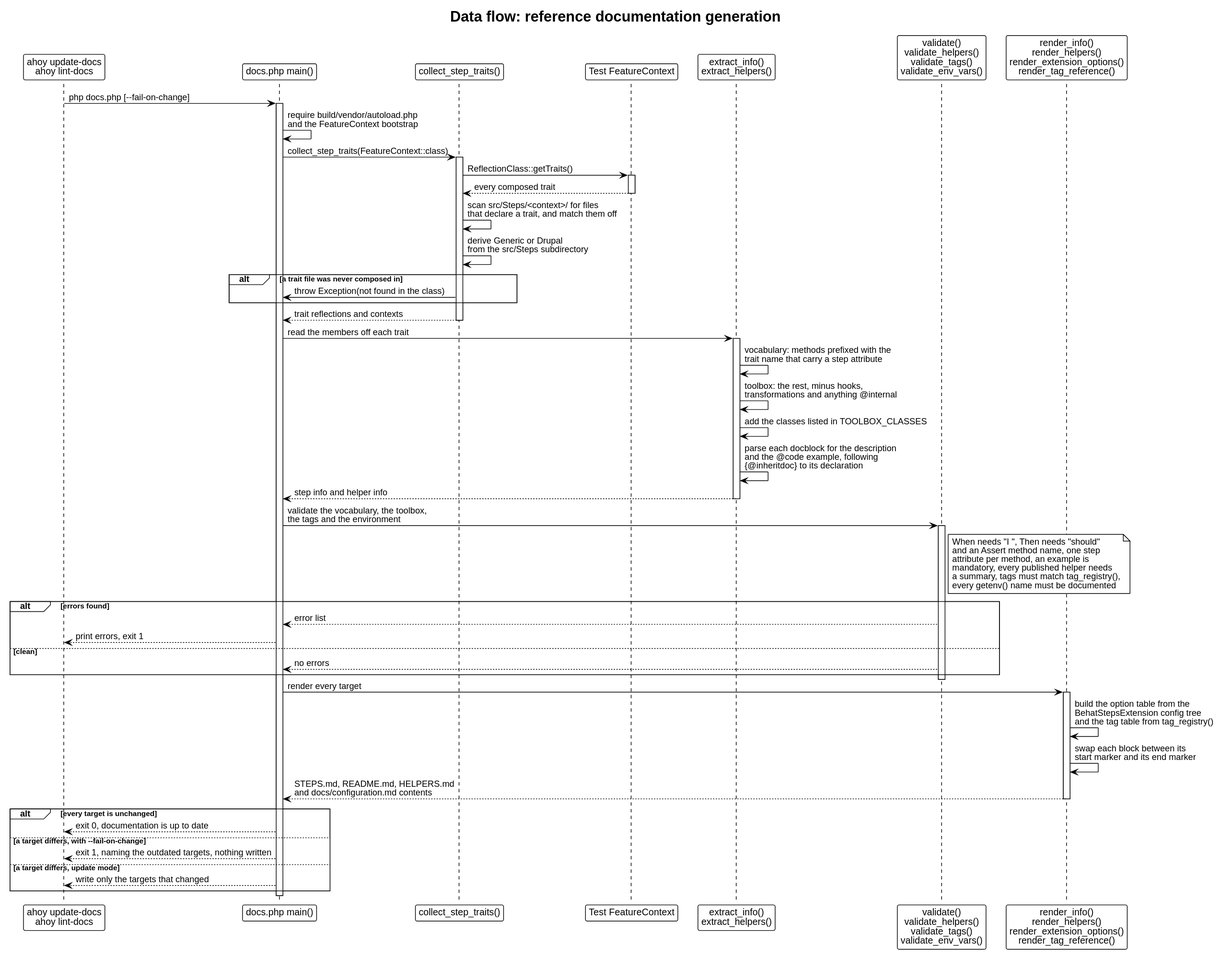
This is docs/architecture/dataflow-docs.svg from drevops/behat-steps, a PlantUML export, as it was before one commit.
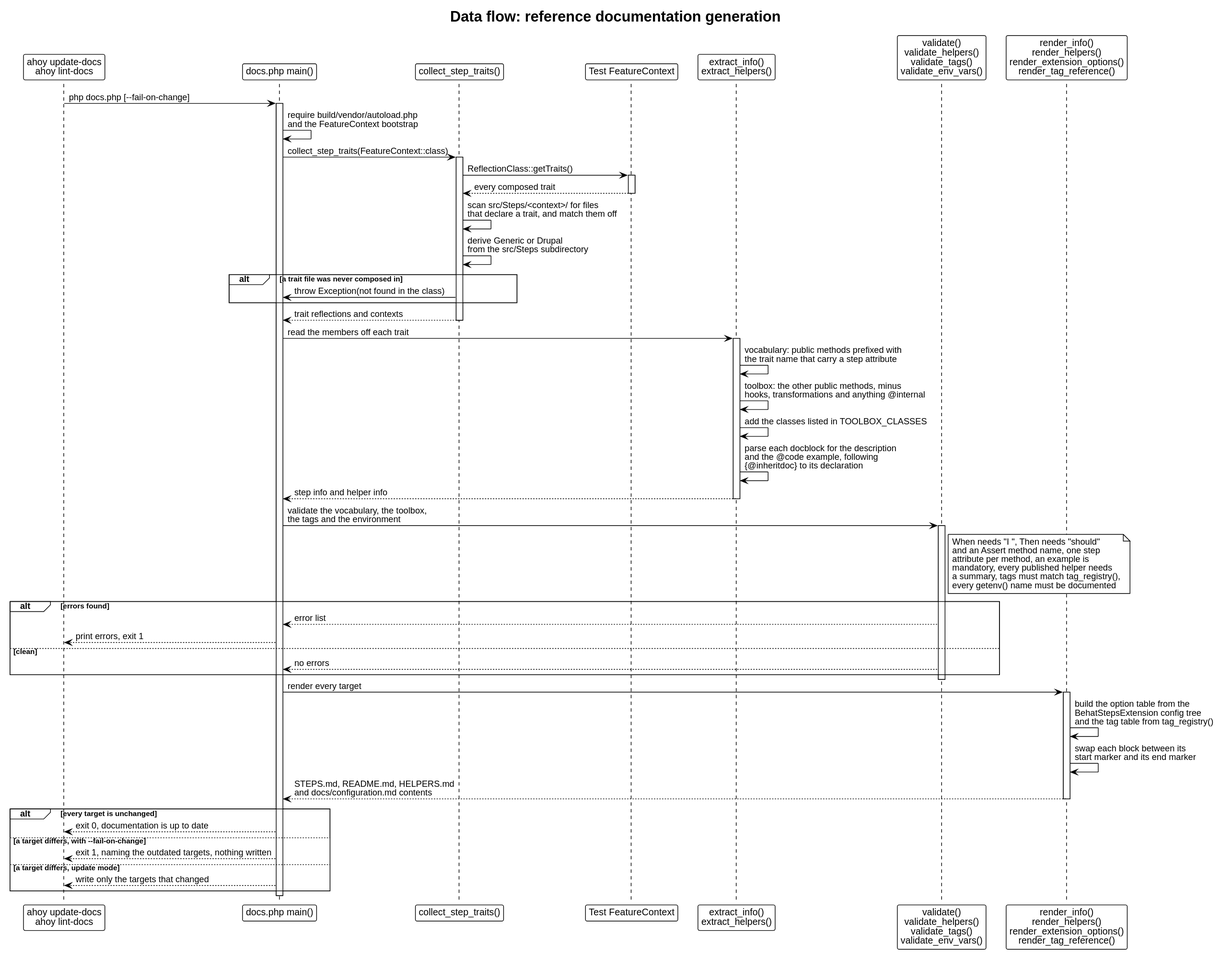
Later version of the same file.

What changed in the source:
```diff
@@ -34,8 +34,8 @@
 
 Main -> Extract: read the members off each trait
 activate Extract
-Extract -> Extract: vocabulary: methods prefixed with the\ntrait name that carry a step attribute
-Extract -> Extract: toolbox: the rest, minus hooks,\ntransformations and anything @internal
+Extract -> Extract: vocabulary: public methods prefixed with\nthe trait name that carry a step attribute
+Extract -> Extract: toolbox: the other public methods, minus\nhooks, transformations and anything @internal
 Extract -> Extract: add the classes listed in TOOLBOX_CLASSES
 Extract -> Extract: parse each docblock for the description\nand the @code example, following\n{@inheritdoc} to its declaration
 Extract --> Main: step info and helper info
```
